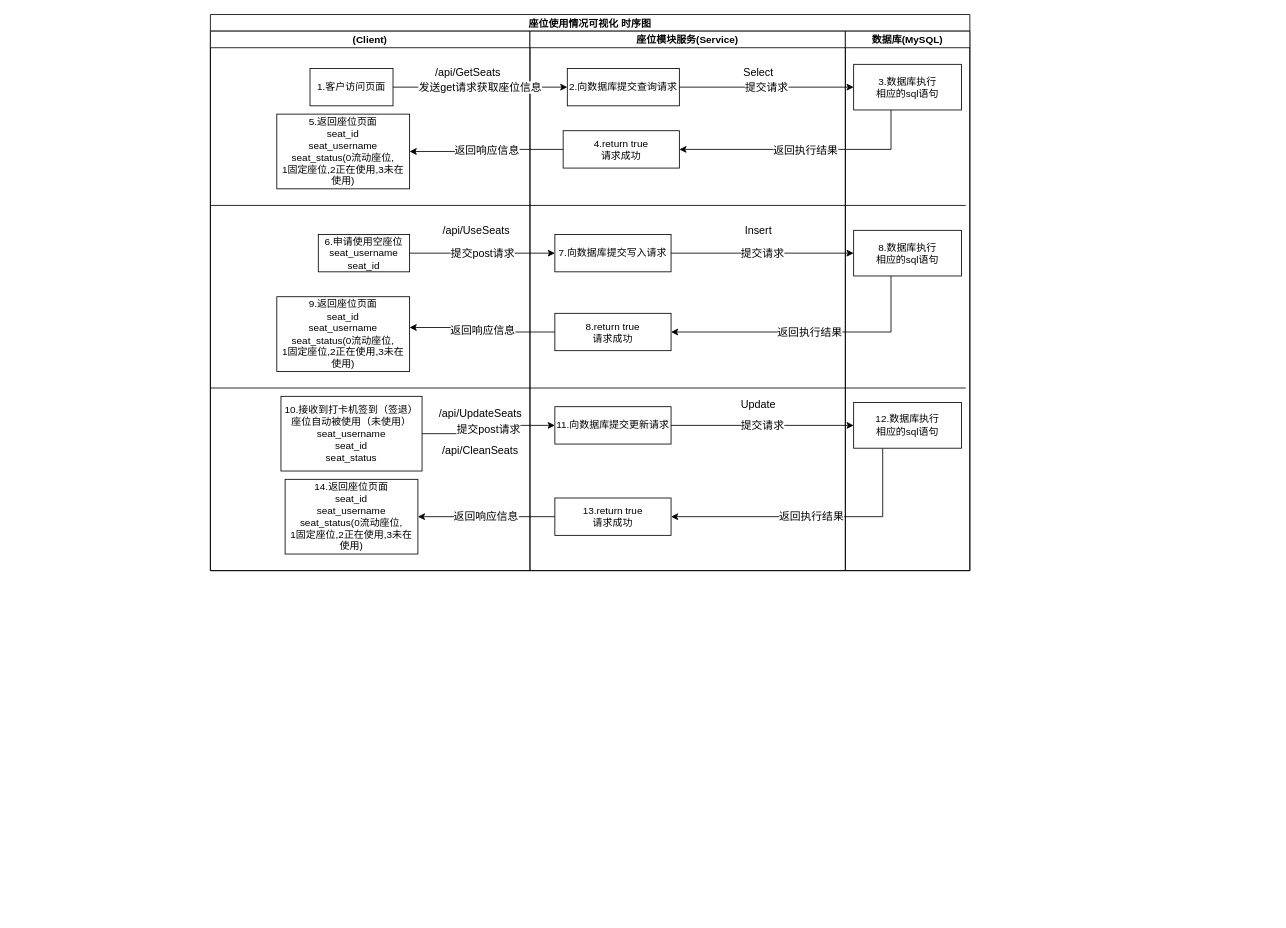
Above: page "座位使用情况可视化" (1 of 3) of 03 功能流程设计迭代/可视化数据时序图v1.drawio in returnToInnocence/Fossa507b-Cloud (draw.io), before the change. Source tidied: cells renumbered, new cells numbered last; positions are measured from the earlier drawing's top-left corner, leaving out a move shared by most shapes. Both pictures are drawn from the tidied source at 83%, with x=0, y=0 at pixel (210, 14).
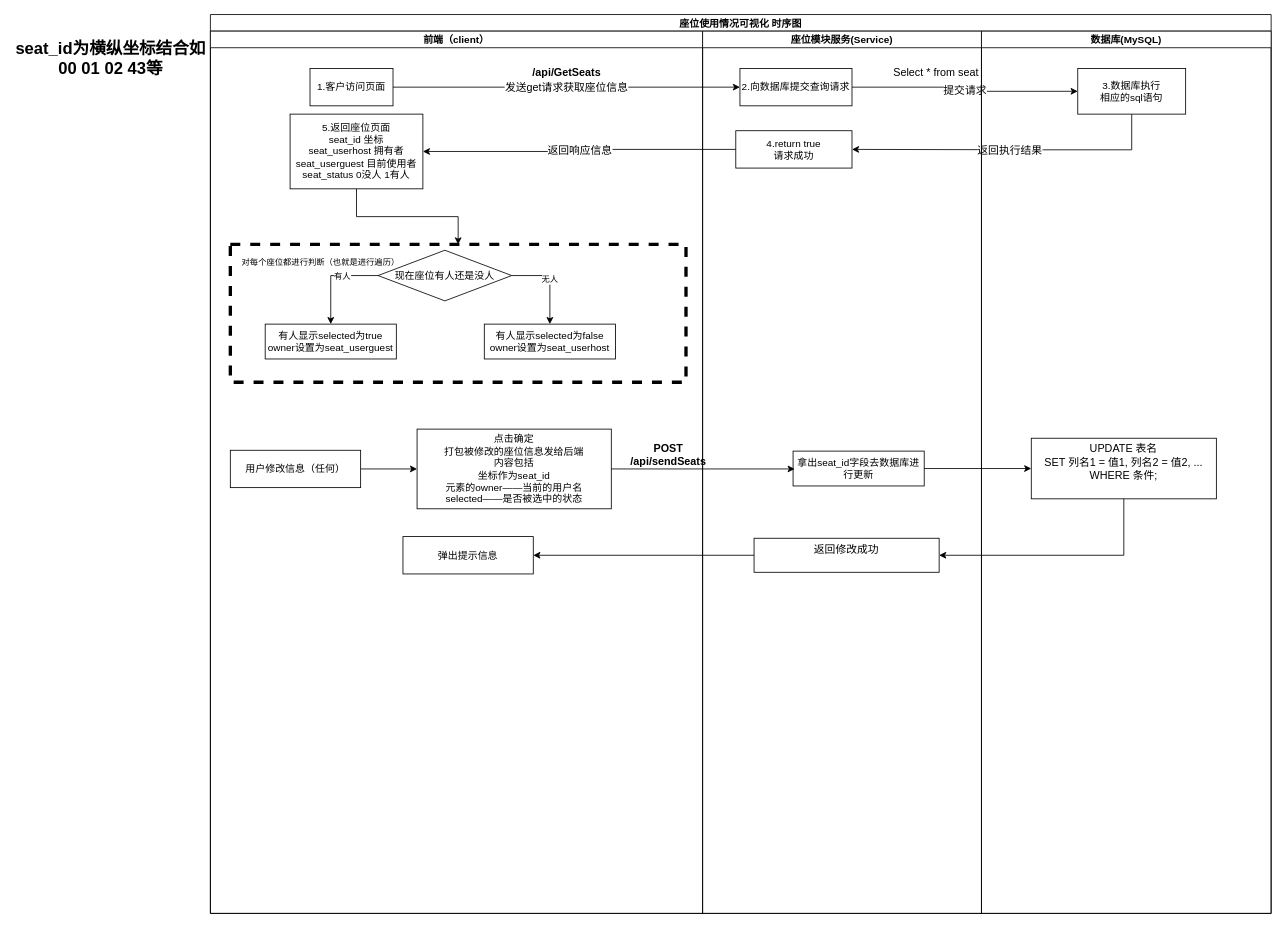
The same page after the edit.

Change to the diagram source:
```diff
@@
     <mxCell id="2" value="座位使用情况可视化 时序图" style="swimlane;startSize=20;" parent="1" vertex="1">
-      <mxGeometry width="915" height="670" as="geometry" />
+      <mxGeometry width="1278" height="1083" as="geometry" />
     </mxCell>
-    <mxCell id="3" value="(Client)" style="swimlane;startSize=20;" parent="2" vertex="1">
-      <mxGeometry y="20" width="385" height="650" as="geometry" />
+    <mxCell id="3" value="前端（client）" style="swimlane;startSize=20;" parent="2" vertex="1">
+      <mxGeometry y="20" width="593" height="1063" as="geometry" />
     </mxCell>
@@
-    <mxCell id="5" value="6.申请使用空座位&lt;br&gt;seat_username&lt;br&gt;seat_id" style="rounded=0;whiteSpace=wrap;html=1;" parent="3" vertex="1">
-      <mxGeometry x="130" y="245" width="110" height="45" as="geometry" />
-    </mxCell>
-    <mxCell id="6" value="/api/GetSeats" style="text;html=1;align=center;verticalAlign=middle;strokeColor=none;fillColor=none;fontSize=13;" parent="3" vertex="1">
-      <mxGeometry x="265" y="40" width="90" height="20" as="geometry" />
+    <mxCell id="6" value="&lt;b&gt;/api/GetSeats&lt;/b&gt;" style="text;html=1;align=center;verticalAlign=middle;strokeColor=none;fillColor=none;fontSize=13;" parent="3" vertex="1">
+      <mxGeometry x="383" y="40" width="92" height="20" as="geometry" />
     </mxCell>
-    <mxCell id="7" value="/api/UseSeats" style="text;html=1;align=center;verticalAlign=middle;strokeColor=none;fillColor=none;fontSize=13;" parent="3" vertex="1">
-      <mxGeometry x="270" y="230" width="100" height="20" as="geometry" />
-    </mxCell>
-    <mxCell id="8" value="9.返回座位页面&lt;br&gt;seat_id&lt;br&gt;seat_username&lt;br&gt;seat_status(0流动座位,&lt;br&gt;1固定座位,2正在使用,3未在使用)" style="rounded=0;whiteSpace=wrap;html=1;" parent="3" vertex="1">
-      <mxGeometry x="80" y="320" width="160" height="90" as="geometry" />
-    </mxCell>
-    <mxCell id="9" value="/api/UpdateSeats" style="text;html=1;align=center;verticalAlign=middle;strokeColor=none;fillColor=none;fontSize=13;" parent="3" vertex="1">
-      <mxGeometry x="265" y="450" width="120" height="20" as="geometry" />
-    </mxCell>
-    <mxCell id="10" value="/api/CleanSeats" style="text;html=1;align=center;verticalAlign=middle;strokeColor=none;fillColor=none;fontSize=13;" parent="3" vertex="1">
-      <mxGeometry x="270" y="495" width="110" height="20" as="geometry" />
-    </mxCell>
+    <mxCell id="42" style="edgeStyle=orthogonalEdgeStyle;rounded=0;jettySize=auto;html=1;exitX=0.5;exitY=1;exitDx=0;exitDy=0;fontSize=10;" parent="3" edge="1" source="11" target="43">
+      <mxGeometry relative="1" as="geometry" />
+    </mxCell>
-    <mxCell id="11" value="5.返回座位页面&lt;br&gt;seat_id&lt;br&gt;seat_username&lt;br&gt;seat_status(0流动座位,&lt;br&gt;1固定座位,2正在使用,3未在使用)" style="rounded=0;whiteSpace=wrap;html=1;" parent="3" vertex="1">
-      <mxGeometry x="80" y="100" width="160" height="90" as="geometry" />
+    <mxCell id="11" value="5.返回座位页面&lt;br&gt;seat_id 坐标&lt;br&gt;seat_userhost 拥有者&lt;br&gt;seat_userguest 目前使用者&lt;br&gt;seat_status 0没人 1有人" style="rounded=0;whiteSpace=wrap;html=1;" parent="3" vertex="1">
+      <mxGeometry x="96" y="100" width="160" height="90" as="geometry" />
     </mxCell>
-    <mxCell id="12" value="14.返回座位页面&lt;br&gt;seat_id&lt;br&gt;seat_username&lt;br&gt;seat_status(0流动座位,&lt;br&gt;1固定座位,2正在使用,3未在使用)" style="rounded=0;whiteSpace=wrap;html=1;" parent="3" vertex="1">
-      <mxGeometry x="90" y="540" width="160" height="90" as="geometry" />
-    </mxCell>
-    <mxCell id="13" value="座位模块服务(Service)" style="swimlane;startSize=20;" parent="2" vertex="1">
-      <mxGeometry x="385" y="20" width="380" height="650" as="geometry" />
-    </mxCell>
-    <mxCell id="14" value="7.向数据库提交写入请求" style="rounded=0;whiteSpace=wrap;html=1;" parent="13" vertex="1">
-      <mxGeometry x="30" y="245" width="140" height="45" as="geometry" />
-    </mxCell>
-    <mxCell id="15" value="8.return true&lt;br&gt;请求成功" style="rounded=0;whiteSpace=wrap;html=1;" parent="13" vertex="1">
-      <mxGeometry x="30" y="340" width="140" height="45" as="geometry" />
-    </mxCell>
-    <mxCell id="16" value="2.向数据库提交查询请求" style="rounded=0;whiteSpace=wrap;html=1;" parent="13" vertex="1">
-      <mxGeometry x="45" y="45" width="135" height="45" as="geometry" />
-    </mxCell>
-    <mxCell id="17" value="4.return true&lt;br&gt;请求成功" style="rounded=0;whiteSpace=wrap;html=1;" parent="13" vertex="1">
-      <mxGeometry x="40" y="120" width="140" height="45" as="geometry" />
-    </mxCell>
-    <mxCell id="18" value="10.接收到打卡机签到（签退）&lt;br&gt;座位自动被使用（未使用）&lt;br&gt;seat_username&lt;br&gt;seat_id&lt;br&gt;seat_status" style="rounded=0;whiteSpace=wrap;html=1;" parent="13" vertex="1">
-      <mxGeometry x="-300" y="440" width="170" height="90" as="geometry" />
-    </mxCell>
-    <mxCell id="19" value="11.向数据库提交更新请求" style="rounded=0;whiteSpace=wrap;html=1;" parent="13" vertex="1">
-      <mxGeometry x="30" y="452.5" width="140" height="45" as="geometry" />
-    </mxCell>
-    <mxCell id="20" value="13.return true&lt;br&gt;请求成功" style="rounded=0;whiteSpace=wrap;html=1;" parent="13" vertex="1">
-      <mxGeometry x="30" y="562.5" width="140" height="45" as="geometry" />
-    </mxCell>
-    <mxCell id="21" value="提交post请求" style="edgeStyle=orthogonalEdgeStyle;rounded=0;jettySize=auto;html=1;entryX=0;entryY=0.5;entryDx=0;entryDy=0;fontSize=13;" parent="13" edge="1" source="18" target="19">
-      <mxGeometry relative="1" as="geometry" />
-    </mxCell>
-    <mxCell id="22" value="Insert" style="text;html=1;align=center;verticalAlign=middle;strokeColor=none;fillColor=none;fontSize=13;" parent="13" vertex="1">
-      <mxGeometry x="250" y="230" width="50" height="20" as="geometry" />
-    </mxCell>
-    <mxCell id="23" value="Select" style="text;html=1;align=center;verticalAlign=middle;strokeColor=none;fillColor=none;fontSize=13;" parent="13" vertex="1">
-      <mxGeometry x="250" y="40" width="50" height="20" as="geometry" />
-    </mxCell>
-    <mxCell id="24" value="Update" style="text;html=1;align=center;verticalAlign=middle;strokeColor=none;fillColor=none;fontSize=13;" parent="13" vertex="1">
-      <mxGeometry x="245" y="440" width="60" height="20" as="geometry" />
-    </mxCell>
-    <mxCell id="25" value="提交post请求" style="edgeStyle=orthogonalEdgeStyle;rounded=0;jettySize=auto;html=1;entryX=0;entryY=0.5;entryDx=0;entryDy=0;fontSize=13;" parent="2" edge="1" source="5" target="14">
-      <mxGeometry relative="1" as="geometry" />
-    </mxCell>
-    <mxCell id="26" value="返回执行结果" style="edgeStyle=orthogonalEdgeStyle;rounded=0;jettySize=auto;html=1;entryX=1;entryY=0.5;entryDx=0;entryDy=0;fontSize=13;" parent="2" edge="1" source="37" target="20">
-      <mxGeometry relative="1" as="geometry">
-        <Array as="points">
-          <mxPoint x="810" y="605" />
-        </Array>
-      </mxGeometry>
-    </mxCell>
-    <mxCell id="27" value="提交请求" style="edgeStyle=orthogonalEdgeStyle;rounded=0;jettySize=auto;html=1;entryX=0;entryY=0.5;entryDx=0;entryDy=0;fontSize=13;" parent="2" edge="1" source="14" target="35">
-      <mxGeometry relative="1" as="geometry" />
-    </mxCell>
-    <mxCell id="28" value="返回执行结果" style="edgeStyle=orthogonalEdgeStyle;rounded=0;jettySize=auto;html=1;entryX=1;entryY=0.5;entryDx=0;entryDy=0;fontSize=13;" parent="2" edge="1" source="35" target="15">
-      <mxGeometry relative="1" as="geometry">
-        <Array as="points">
-          <mxPoint x="820" y="383" />
-        </Array>
-      </mxGeometry>
-    </mxCell>
-    <mxCell id="29" value="返回响应信息" style="edgeStyle=orthogonalEdgeStyle;rounded=0;jettySize=auto;html=1;entryX=1;entryY=0.412;entryDx=0;entryDy=0;fontSize=13;entryPerimeter=0;" parent="2" edge="1" source="15" target="8">
-      <mxGeometry relative="1" as="geometry" />
-    </mxCell>
+    <mxCell id="43" style="rounded=0;whiteSpace=wrap;html=1;dashed=1;strokeWidth=4;" parent="3" vertex="1">
+      <mxGeometry x="24" y="257" width="549" height="166" as="geometry" />
+    </mxCell>
+    <mxCell id="44" value="&lt;font style=&quot;font-size: 10px&quot;&gt;对每个座位都进行判断（也就是进行遍历）&lt;/font&gt;" style="text;html=1;strokeColor=none;fillColor=none;align=center;verticalAlign=middle;whiteSpace=wrap;rounded=0;dashed=1;fontSize=20;" parent="3" vertex="1">
+      <mxGeometry x="29" y="259" width="208" height="30" as="geometry" />
+    </mxCell>
+    <mxCell id="45" style="edgeStyle=orthogonalEdgeStyle;rounded=0;jettySize=auto;html=1;exitX=0;exitY=0.5;exitDx=0;exitDy=0;fontSize=10;" parent="3" edge="1" source="49" target="50">
+      <mxGeometry relative="1" as="geometry" />
+    </mxCell>
+    <mxCell id="46" value="有人" style="edgeLabel;html=1;align=center;verticalAlign=middle;fontSize=10;" parent="45" vertex="1">
+      <mxGeometry x="-0.24" relative="1" as="geometry" />
+    </mxCell>
+    <mxCell id="47" style="edgeStyle=orthogonalEdgeStyle;rounded=0;jettySize=auto;html=1;exitX=1;exitY=0.5;exitDx=0;exitDy=0;fontSize=10;" parent="3" edge="1" source="49" target="51">
+      <mxGeometry relative="1" as="geometry" />
+    </mxCell>
+    <mxCell id="48" value="无人" style="edgeLabel;html=1;align=center;verticalAlign=middle;fontSize=10;" parent="47" vertex="1">
+      <mxGeometry x="-0.07" y="-1" relative="1" as="geometry">
+        <mxPoint y="1" as="offset" />
+      </mxGeometry>
+    </mxCell>
+    <mxCell id="49" value="&lt;font style=&quot;font-size: 12px;&quot;&gt;现在座位有人还是没人&lt;/font&gt;" style="rhombus;whiteSpace=wrap;html=1;fontSize=12;strokeWidth=1;" parent="3" vertex="1">
+      <mxGeometry x="202" y="264" width="161" height="61" as="geometry" />
+    </mxCell>
+    <mxCell id="50" value="有人显示selected为true&lt;br&gt;owner设置为seat_userguest" style="rounded=0;whiteSpace=wrap;html=1;" parent="3" vertex="1">
+      <mxGeometry x="66" y="353" width="158" height="42" as="geometry" />
+    </mxCell>
+    <mxCell id="51" value="有人显示selected为false&lt;br&gt;owner设置为seat_userhost" style="rounded=0;whiteSpace=wrap;html=1;" parent="3" vertex="1">
+      <mxGeometry x="330" y="353" width="158" height="42" as="geometry" />
+    </mxCell>
+    <mxCell id="52" style="edgeStyle=orthogonalEdgeStyle;rounded=0;jettySize=auto;html=1;exitX=1;exitY=0.5;exitDx=0;exitDy=0;fontSize=10;" parent="3" edge="1" source="53" target="54">
+      <mxGeometry relative="1" as="geometry" />
+    </mxCell>
+    <mxCell id="53" value="用户修改信息（任何）" style="rounded=0;whiteSpace=wrap;html=1;" parent="3" vertex="1">
+      <mxGeometry x="24" y="505" width="157" height="45" as="geometry" />
+    </mxCell>
+    <mxCell id="54" value="点击确定&lt;br&gt;打包被修改的座位信息发给后端&lt;br&gt;内容包括&lt;br&gt;坐标作为seat_id&lt;br&gt;元素的owner——当前的用户名&lt;br&gt;selected——是否被选中的状态" style="rounded=0;whiteSpace=wrap;html=1;" parent="3" vertex="1">
+      <mxGeometry x="249" y="479.5" width="234" height="96" as="geometry" />
+    </mxCell>
+    <mxCell id="55" value="&lt;font style=&quot;font-size: 13px&quot;&gt;&lt;b&gt;POST&lt;br&gt;/api/sendSeats&lt;/b&gt;&lt;br&gt;&lt;/font&gt;" style="text;html=1;strokeColor=none;fillColor=none;align=center;verticalAlign=middle;whiteSpace=wrap;rounded=0;fontSize=10;" parent="3" vertex="1">
+      <mxGeometry x="522" y="495" width="60" height="30" as="geometry" />
+    </mxCell>
+    <mxCell id="56" value="弹出提示信息" style="rounded=0;whiteSpace=wrap;html=1;" parent="3" vertex="1">
+      <mxGeometry x="232" y="609" width="157" height="45" as="geometry" />
+    </mxCell>
@@
     <mxCell id="32" value="返回执行结果" style="edgeStyle=orthogonalEdgeStyle;rounded=0;jettySize=auto;html=1;entryX=1;entryY=0.5;entryDx=0;entryDy=0;fontSize=13;" parent="2" edge="1" source="36" target="17">
       <mxGeometry relative="1" as="geometry">
         <Array as="points">
+          <mxPoint x="1004" y="163" />
           <mxPoint x="820" y="163" />
         </Array>
       </mxGeometry>
     </mxCell>
@@
+    <mxCell id="13" value="座位模块服务(Service)" style="swimlane;startSize=20;" parent="2" vertex="1">
+      <mxGeometry x="593" y="20" width="336" height="1063" as="geometry" />
+    </mxCell>
+    <mxCell id="16" value="2.向数据库提交查询请求" style="rounded=0;whiteSpace=wrap;html=1;" parent="13" vertex="1">
+      <mxGeometry x="45" y="45" width="135" height="45" as="geometry" />
+    </mxCell>
+    <mxCell id="17" value="4.return true&lt;br&gt;请求成功" style="rounded=0;whiteSpace=wrap;html=1;" parent="13" vertex="1">
+      <mxGeometry x="40" y="120" width="140" height="45" as="geometry" />
+    </mxCell>
+    <mxCell id="23" value="Select * from seat" style="text;html=1;align=center;verticalAlign=middle;strokeColor=none;fillColor=none;fontSize=13;" parent="13" vertex="1">
+      <mxGeometry x="224" y="39" width="113" height="20" as="geometry" />
+    </mxCell>
+    <mxCell id="57" value="拿出seat_id字段去数据库进行更新" style="rounded=0;whiteSpace=wrap;html=1;" parent="13" vertex="1">
+      <mxGeometry x="109" y="506" width="158" height="42" as="geometry" />
+    </mxCell>
+    <mxCell id="58" value="&lt;div&gt;返回修改成功&lt;/div&gt;&lt;div&gt;&lt;br&gt;&lt;/div&gt;" style="rounded=0;whiteSpace=wrap;html=1;fontSize=13;strokeWidth=1;" parent="13" vertex="1">
+      <mxGeometry x="62" y="611" width="223" height="41" as="geometry" />
+    </mxCell>
+    <mxCell id="59" style="edgeStyle=orthogonalEdgeStyle;rounded=0;jettySize=auto;html=1;exitX=1;exitY=0.5;exitDx=0;exitDy=0;entryX=0;entryY=0.5;entryDx=0;entryDy=0;fontSize=10;" parent="2" edge="1" source="54">
+      <mxGeometry relative="1" as="geometry">
+        <mxPoint x="704" y="547.5" as="targetPoint" />
+      </mxGeometry>
+    </mxCell>
     <mxCell id="34" value="数据库(MySQL)" style="swimlane;startSize=20;" parent="2" vertex="1">
-      <mxGeometry x="765" y="20" width="150" height="650" as="geometry" />
+      <mxGeometry x="929" y="20" width="349" height="1063" as="geometry" />
     </mxCell>
-    <mxCell id="35" value="8.数据库执行&lt;br&gt;相应的sql语句" style="rounded=0;whiteSpace=wrap;html=1;" parent="34" vertex="1">
-      <mxGeometry x="10" y="240" width="130" height="55" as="geometry" />
-    </mxCell>
     <mxCell id="36" value="3.数据库执行&lt;br&gt;相应的sql语句" style="rounded=0;whiteSpace=wrap;html=1;" parent="34" vertex="1">
-      <mxGeometry x="10" y="40" width="130" height="55" as="geometry" />
+      <mxGeometry x="116" y="45" width="130" height="55" as="geometry" />
     </mxCell>
-    <mxCell id="37" value="12.数据库执行&lt;br&gt;相应的sql语句" style="rounded=0;whiteSpace=wrap;html=1;" parent="34" vertex="1">
-      <mxGeometry x="10" y="447.5" width="130" height="55" as="geometry" />
-    </mxCell>
-    <mxCell id="38" value="提交请求" style="edgeStyle=orthogonalEdgeStyle;rounded=0;jettySize=auto;html=1;fontSize=13;" parent="2" edge="1" source="19" target="37">
-      <mxGeometry relative="1" as="geometry" />
-    </mxCell>
-    <mxCell id="39" value="返回响应信息" style="edgeStyle=orthogonalEdgeStyle;rounded=0;jettySize=auto;html=1;entryX=1;entryY=0.5;entryDx=0;entryDy=0;fontSize=13;" parent="2" edge="1" source="20" target="12">
-      <mxGeometry relative="1" as="geometry" />
-    </mxCell>
-    <mxCell id="40" style="endArrow=none;html=1;rounded=0;fontSize=13;" parent="1" edge="1">
-      <mxGeometry relative="1" as="geometry">
-        <mxPoint y="230" as="sourcePoint" />
-        <mxPoint x="910" y="230" as="targetPoint" />
-      </mxGeometry>
-    </mxCell>
-    <mxCell id="41" style="endArrow=none;html=1;rounded=0;fontSize=13;" parent="1" edge="1">
-      <mxGeometry relative="1" as="geometry">
-        <mxPoint y="450" as="sourcePoint" />
-        <mxPoint x="910" y="450" as="targetPoint" />
-      </mxGeometry>
-    </mxCell>
+    <mxCell id="60" value="&lt;div&gt;UPDATE 表名&lt;/div&gt;&lt;div&gt;SET 列名1 = 值1, 列名2 = 值2, ...&lt;/div&gt;&lt;div&gt;WHERE 条件;&lt;/div&gt;&lt;div&gt;&lt;br&gt;&lt;/div&gt;" style="rounded=0;whiteSpace=wrap;html=1;fontSize=13;strokeWidth=1;" parent="34" vertex="1">
+      <mxGeometry x="60" y="490.5" width="223" height="73" as="geometry" />
+    </mxCell>
+    <mxCell id="61" style="edgeStyle=orthogonalEdgeStyle;rounded=0;jettySize=auto;html=1;exitX=1;exitY=0.5;exitDx=0;exitDy=0;entryX=0;entryY=0.5;entryDx=0;entryDy=0;fontSize=13;" parent="2" edge="1" source="57" target="60">
+      <mxGeometry relative="1" as="geometry" />
+    </mxCell>
+    <mxCell id="62" style="edgeStyle=orthogonalEdgeStyle;rounded=0;jettySize=auto;html=1;exitX=0.5;exitY=1;exitDx=0;exitDy=0;entryX=1;entryY=0.5;entryDx=0;entryDy=0;fontSize=13;" parent="2" edge="1" source="60" target="58">
+      <mxGeometry relative="1" as="geometry" />
+    </mxCell>
+    <mxCell id="63" style="edgeStyle=orthogonalEdgeStyle;rounded=0;jettySize=auto;html=1;exitX=0;exitY=0.5;exitDx=0;exitDy=0;fontSize=13;" parent="2" edge="1" source="58" target="56">
+      <mxGeometry relative="1" as="geometry" />
+    </mxCell>
+    <mxCell id="64" value="&lt;b&gt;&lt;font style=&quot;font-size: 20px&quot;&gt;seat_id为横纵坐标结合如00 01 02 43等&lt;/font&gt;&lt;/b&gt;" style="text;html=1;strokeColor=none;fillColor=none;align=center;verticalAlign=middle;whiteSpace=wrap;rounded=0;" parent="1" vertex="1">
+      <mxGeometry x="-236" y="37" width="232" height="30" as="geometry" />
+    </mxCell>
```
